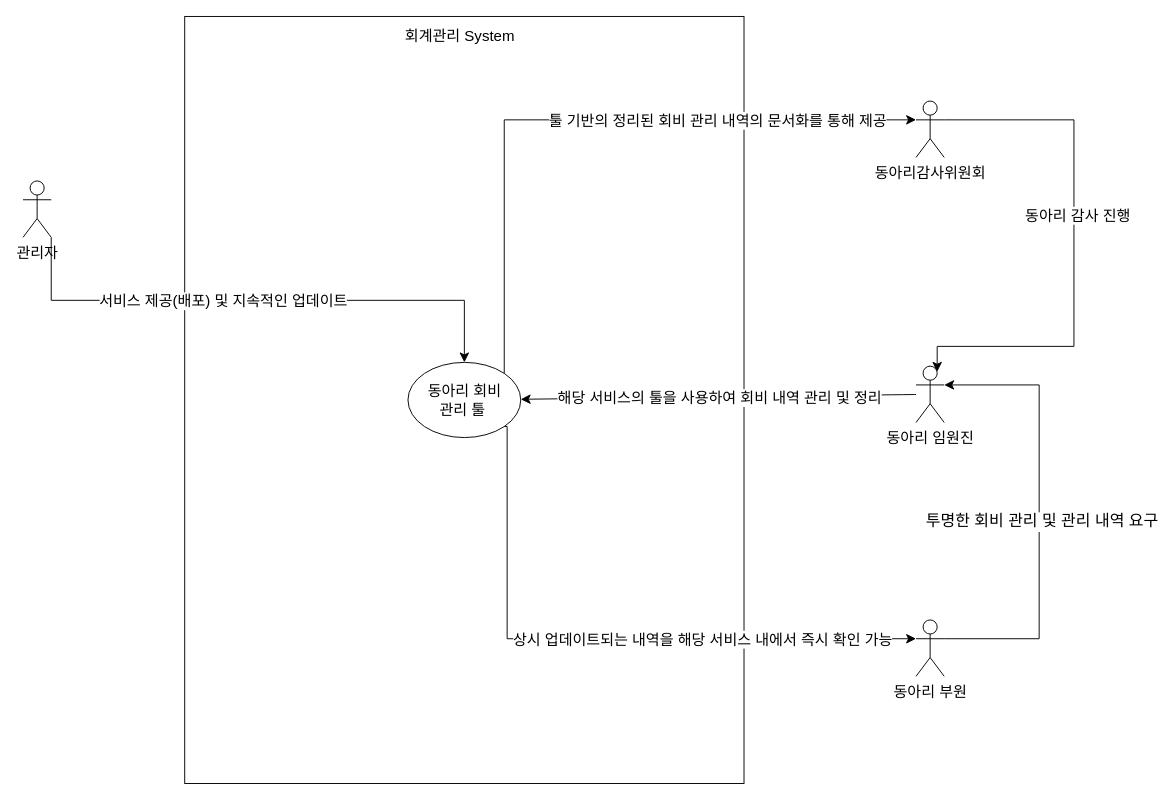
Before: Accounting_usecase_우리동방.drawio in jeongahn/Usecase_diagram, a draw.io diagram. Source tidied: cells renumbered, new cells numbered last; positions are measured from the earlier drawing's top-left corner, leaving out a move shared by most shapes. Both pictures are drawn from the tidied source at 94%, with x=0, y=0 at pixel (23, 16).
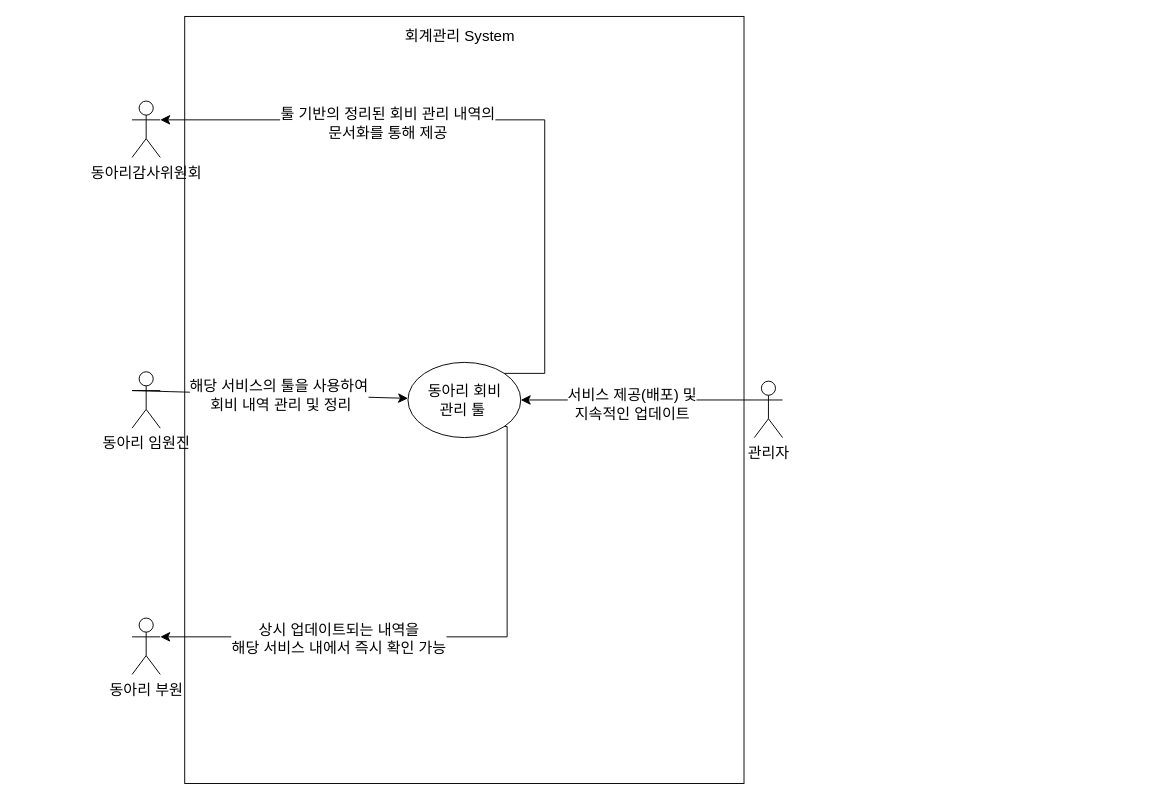
The same diagram, later.

Commit message (it also covers changes not shown here):
Accounting_usecase_우리동방.drawio 업데이트

The change refers to these unchanged cells:
```xml
<mxCell id="10" value="동아리 회비 &lt;br&gt;관리 툴&amp;nbsp;" style="ellipse;whiteSpace=wrap;html=1;fontSize=16;" parent="1" vertex="1">
  <mxGeometry x="409.5" y="368" width="120" height="80" as="geometry" />
</mxCell>
```

What changed in the source:
```diff
@@
     <mxCell id="2" value="관리자" style="shape=umlActor;verticalLabelPosition=bottom;verticalAlign=top;html=1;outlineConnect=0;fontSize=16;" parent="1" vertex="1">
-      <mxGeometry y="175" width="30" height="60" as="geometry" />
+      <mxGeometry x="778" y="388" width="30" height="60" as="geometry" />
     </mxCell>
@@
     <mxCell id="5" value="동아리감사위원회" style="shape=umlActor;verticalLabelPosition=bottom;verticalAlign=top;html=1;outlineConnect=0;fontSize=16;" parent="1" vertex="1">
-      <mxGeometry x="950" y="90" width="30" height="60" as="geometry" />
+      <mxGeometry x="116" y="90" width="30" height="60" as="geometry" />
     </mxCell>
-    <mxCell id="6" style="edgeStyle=none;curved=1;rounded=0;jettySize=auto;html=1;fontSize=12;startSize=8;endSize=8;" parent="1" edge="1" source="8" target="10">
+    <mxCell id="6" style="edgeStyle=none;curved=1;rounded=0;jettySize=auto;html=1;fontSize=12;startSize=8;endSize=8;exitX=0;exitY=0.3333333333333333;exitDx=0;exitDy=0;exitPerimeter=0;" parent="1" edge="1" source="8" target="10">
       <mxGeometry relative="1" as="geometry" />
     </mxCell>
-    <mxCell id="7" value="해당 서비스의 툴을 사용하여 회비 내역 관리 및 정리" style="edgeLabel;html=1;align=center;verticalAlign=middle;fontSize=16;" parent="6" vertex="1">
+    <mxCell id="7" value="해당 서비스의 툴을 사용하여&lt;br&gt;&amp;nbsp;회비 내역 관리 및 정리" style="edgeLabel;html=1;align=center;verticalAlign=middle;fontSize=16;" parent="6" vertex="1">
       <mxGeometry x="0.16" relative="1" as="geometry">
-        <mxPoint x="34" as="offset" />
+        <mxPoint x="-14" as="offset" />
       </mxGeometry>
     </mxCell>
     <mxCell id="8" value="동아리 임원진" style="shape=umlActor;verticalLabelPosition=bottom;verticalAlign=top;html=1;outlineConnect=0;fontSize=16;" parent="1" vertex="1">
-      <mxGeometry x="950" y="372" width="30" height="60" as="geometry" />
+      <mxGeometry x="116" y="378" width="30" height="60" as="geometry" />
     </mxCell>
     <mxCell id="9" value="동아리 부원" style="shape=umlActor;verticalLabelPosition=bottom;verticalAlign=top;html=1;outlineConnect=0;fontSize=16;" parent="1" vertex="1">
-      <mxGeometry x="950" y="642" width="30" height="60" as="geometry" />
+      <mxGeometry x="116" y="640" width="30" height="60" as="geometry" />
     </mxCell>
@@
-    <mxCell id="11" style="edgeStyle=elbowEdgeStyle;endArrow=classic;html=1;rounded=0;endSize=8;startSize=8;fontSize=12;elbow=vertical;exitX=1;exitY=1;exitDx=0;exitDy=0;exitPerimeter=0;" parent="1" edge="1" source="2" target="10">
-      <mxGeometry relative="1" as="geometry" />
+    <mxCell id="11" style="edgeStyle=elbowEdgeStyle;endArrow=classic;html=1;rounded=0;endSize=8;startSize=8;fontSize=12;elbow=vertical;exitX=0;exitY=0.3333333333333333;exitDx=0;exitDy=0;exitPerimeter=0;" parent="1" edge="1" source="2" target="10">
+      <mxGeometry relative="1" as="geometry">
+        <Array as="points">
+          <mxPoint x="637" y="408" />
+        </Array>
+      </mxGeometry>
     </mxCell>
-    <mxCell id="12" value="서비스 제공(배포) 및 지속적인 업데이트" style="edgeLabel;html=1;align=center;verticalAlign=middle;fontSize=16;" parent="11" vertex="1">
+    <mxCell id="12" value="서비스 제공(배포) 및 &lt;br&gt;지속적인 업데이트" style="edgeLabel;html=1;align=center;verticalAlign=middle;fontSize=16;" parent="11" vertex="1">
       <mxGeometry x="-0.38" y="2" relative="1" as="geometry">
-        <mxPoint x="72" y="2" as="offset" />
+        <mxPoint x="-54" y="2" as="offset" />
       </mxGeometry>
     </mxCell>
-    <mxCell id="13" style="edgeStyle=orthogonalEdgeStyle;elbow=horizontal;endArrow=classic;html=1;rounded=0;endSize=8;startSize=8;fontSize=12;entryX=1;entryY=0.3333333333333333;entryDx=0;entryDy=0;entryPerimeter=0;exitX=1;exitY=0.3333333333333333;exitDx=0;exitDy=0;exitPerimeter=0;" parent="1" edge="1" source="9" target="8">
-      <mxGeometry relative="1" as="geometry">
-        <Array as="points">
-          <mxPoint x="1081" y="662" />
-          <mxPoint x="1081" y="392" />
-        </Array>
-      </mxGeometry>
-    </mxCell>
-    <mxCell id="14" value="&lt;font style=&quot;font-size: 17px;&quot;&gt;투명한 회비 관리 및 관리 내역 요구&lt;/font&gt;" style="edgeLabel;html=1;align=center;verticalAlign=middle;fontSize=16;" parent="13" vertex="1">
-      <mxGeometry x="-0.04" y="-2" relative="1" as="geometry">
-        <mxPoint y="1" as="offset" />
-      </mxGeometry>
-    </mxCell>
-    <mxCell id="15" style="edgeStyle=orthogonalEdgeStyle;elbow=horizontal;endArrow=classic;html=1;rounded=0;endSize=8;startSize=8;fontSize=12;exitX=1;exitY=0.3333333333333333;exitDx=0;exitDy=0;exitPerimeter=0;entryX=0.75;entryY=0.1;entryDx=0;entryDy=0;entryPerimeter=0;" parent="1" edge="1" source="5" target="8">
-      <mxGeometry relative="1" as="geometry">
-        <Array as="points">
-          <mxPoint x="1118" y="110" />
-          <mxPoint x="1118" y="351" />
-          <mxPoint x="973" y="351" />
-        </Array>
-      </mxGeometry>
-    </mxCell>
-    <mxCell id="16" value="동아리 감사 진행" style="edgeLabel;html=1;align=center;verticalAlign=middle;fontSize=16;" parent="15" vertex="1">
-      <mxGeometry x="-0.13" y="3" relative="1" as="geometry">
-        <mxPoint y="-1" as="offset" />
-      </mxGeometry>
-    </mxCell>
-    <mxCell id="17" style="edgeStyle=elbowEdgeStyle;elbow=vertical;endArrow=classic;html=1;curved=0;rounded=0;endSize=8;startSize=8;fontSize=12;exitX=1;exitY=0;exitDx=0;exitDy=0;entryX=0;entryY=0.3333333333333333;entryDx=0;entryDy=0;entryPerimeter=0;" parent="1" edge="1" source="10" target="5">
+    <mxCell id="17" style="edgeStyle=elbowEdgeStyle;elbow=vertical;endArrow=classic;html=1;curved=0;rounded=0;endSize=8;startSize=8;fontSize=12;exitX=1;exitY=0;exitDx=0;exitDy=0;" parent="1" edge="1" source="10" target="5">
       <mxGeometry relative="1" as="geometry">
         <Array as="points">
           <mxPoint x="555" y="110" />
         </Array>
       </mxGeometry>
     </mxCell>
-    <mxCell id="18" value="툴 기반의 정리된 회비 관리 내역의 문서화를 통해 제공" style="edgeLabel;html=1;align=center;verticalAlign=middle;fontSize=16;" parent="17" vertex="1">
+    <mxCell id="18" value="툴 기반의 정리된 회비 관리 내역의 &lt;br&gt;문서화를 통해 제공" style="edgeLabel;html=1;align=center;verticalAlign=middle;fontSize=16;" parent="17" vertex="1">
       <mxGeometry x="0.24" relative="1" as="geometry">
-        <mxPoint x="57" as="offset" />
+        <mxPoint x="-32" y="3" as="offset" />
       </mxGeometry>
     </mxCell>
-    <mxCell id="19" style="edgeStyle=elbowEdgeStyle;elbow=horizontal;endArrow=classic;html=1;curved=0;rounded=0;endSize=8;startSize=8;fontSize=12;entryX=0;entryY=0.3333333333333333;entryDx=0;entryDy=0;entryPerimeter=0;exitX=1;exitY=1;exitDx=0;exitDy=0;" parent="1" edge="1" source="10" target="9">
+    <mxCell id="19" style="edgeStyle=elbowEdgeStyle;elbow=horizontal;endArrow=classic;html=1;curved=0;rounded=0;endSize=8;startSize=8;fontSize=12;entryX=1;entryY=0.3333333333333333;entryDx=0;entryDy=0;entryPerimeter=0;exitX=1;exitY=1;exitDx=0;exitDy=0;" parent="1" edge="1" source="10" target="9">
       <mxGeometry relative="1" as="geometry">
         <Array as="points">
           <mxPoint x="515" y="662" />
         </Array>
       </mxGeometry>
     </mxCell>
-    <mxCell id="20" value="상시 업데이트되는 내역을 해당 서비스 내에서 즉시 확인 가능" style="edgeLabel;html=1;align=center;verticalAlign=middle;fontSize=16;" parent="19" vertex="1">
+    <mxCell id="20" value="상시 업데이트되는 내역을 &lt;br&gt;해당 서비스 내에서 즉시 확인 가능" style="edgeLabel;html=1;align=center;verticalAlign=middle;fontSize=16;" parent="19" vertex="1">
       <mxGeometry x="0.27" y="3" relative="1" as="geometry">
-        <mxPoint x="14" y="3" as="offset" />
+        <mxPoint x="-28" y="-2" as="offset" />
       </mxGeometry>
     </mxCell>
```
